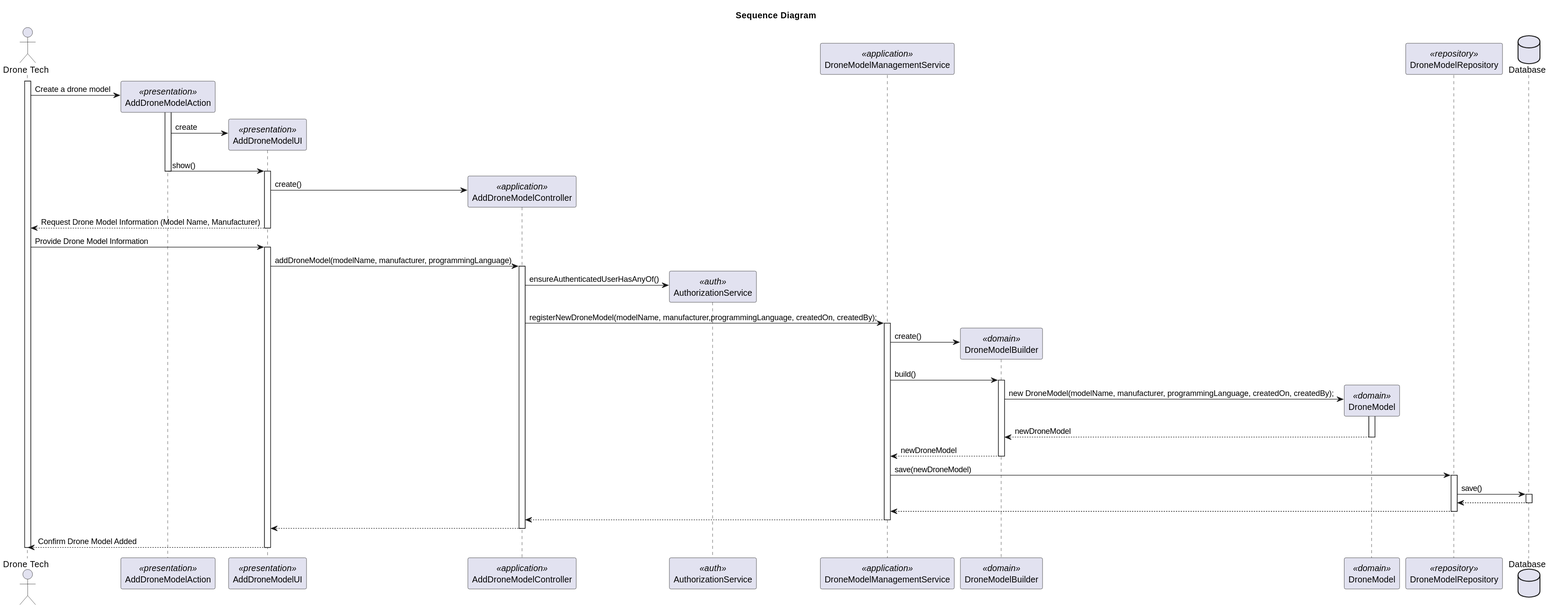
rubenFreitas1/ISEP-LAPR4-2024-2025 keeps this PlantUML diagram as docs/Sprint2/us_240/images/sequence-diagram-US240.svg. Above is the earlier version.
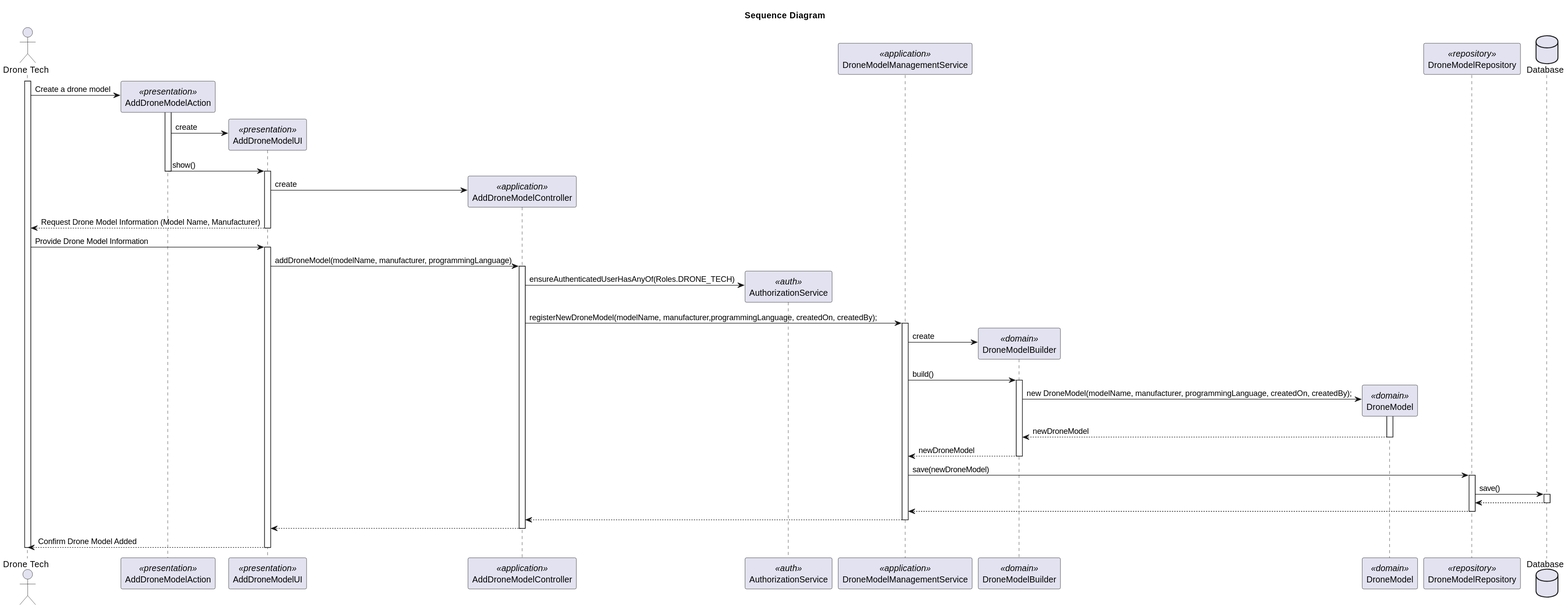
After the change.

Diff of the diagram source:
```diff
@@ -24,7 +24,7 @@
 deactivate Action
     activate UI
 
-UI -> Controller** : create()
+UI -> Controller** : create
 
 UI --> Actor: Request Drone Model Information (Model Name, Manufacturer)
 deactivate UI
@@ -37,14 +37,14 @@
         UI -> Controller : addDroneModel(modelName, manufacturer, programmingLanguage)
             activate Controller
 
-                Controller -> AuthorizationService** : ensureAuthenticatedUserHasAnyOf()
+                Controller -> AuthorizationService** : ensureAuthenticatedUserHasAnyOf(Roles.DRONE_TECH)
 
                 deactivate AuthorizationService
 
                 Controller -> DroneModelManagementService : registerNewDroneModel(modelName, manufacturer,programmingLanguage, createdOn, createdBy);
                 activate DroneModelManagementService
 
-                    DroneModelManagementService -> DroneModelBuilder** : create()
+                    DroneModelManagementService -> DroneModelBuilder** : create
                     DroneModelManagementService -> DroneModelBuilder : build()
                     activate DroneModelBuilder
 
```
